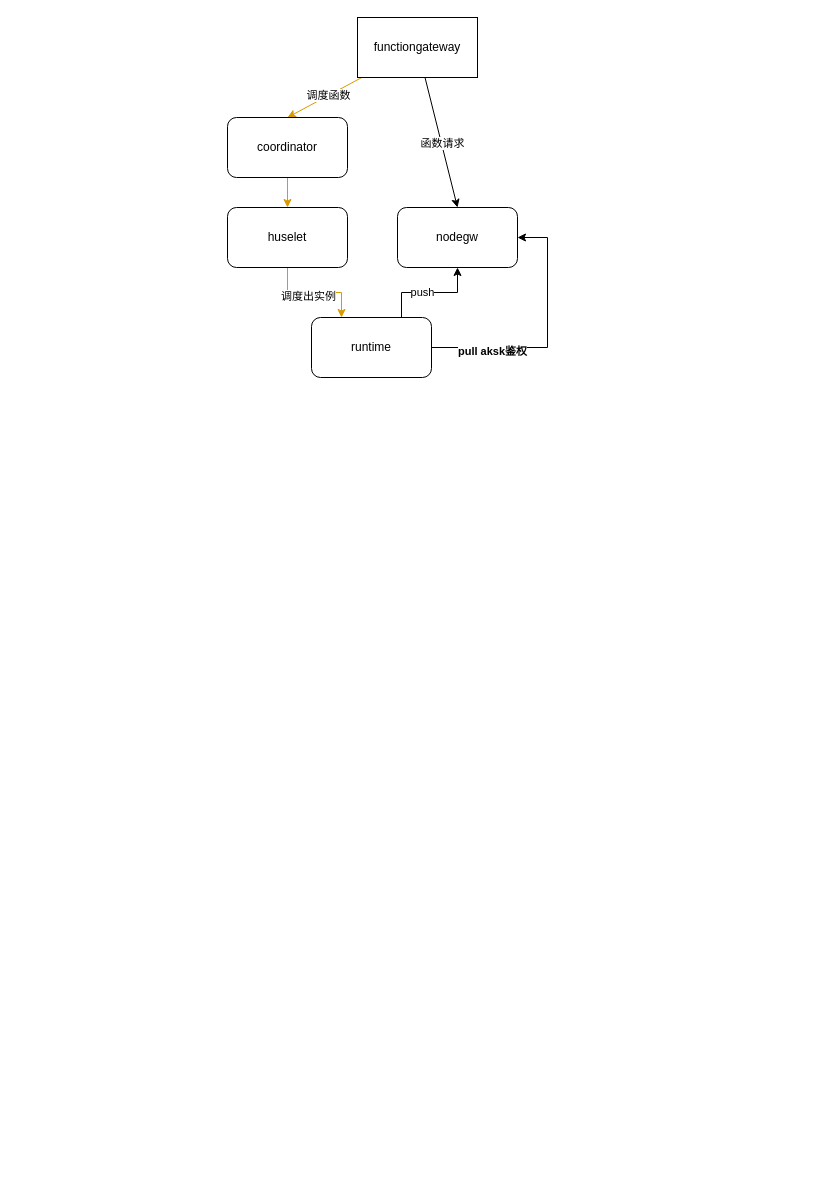
noobmantest/drawio keeps this draw.io diagram as ceshi.drawio. Above is the earlier version. Source tidied: cells renumbered, new cells numbered last; positions are measured from the earlier drawing's top-left corner, leaving out a move shared by most shapes. Both pictures are drawn from the tidied source at 100%, with x=0, y=0 at pixel (227, 17).
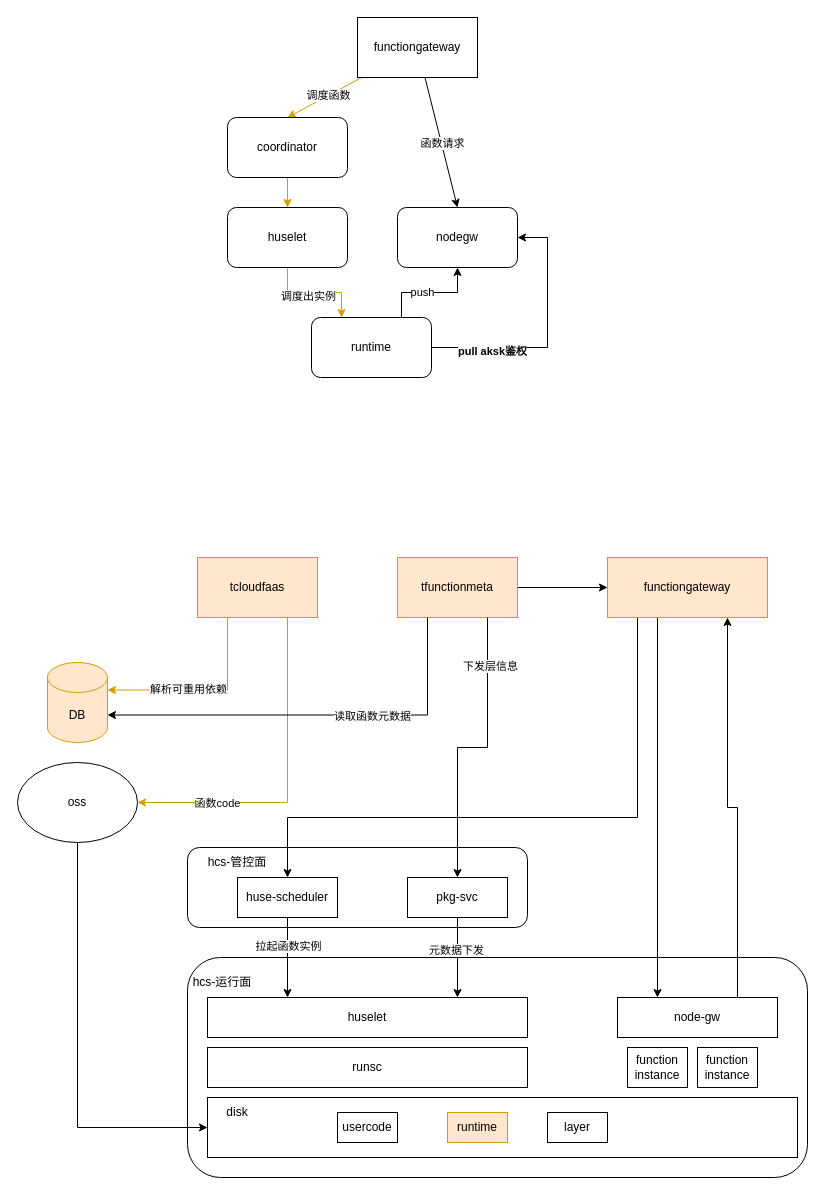
Above is the later version.

Change to the diagram source:
```diff
@@
+    <mxCell id="18" style="edgeStyle=orthogonalEdgeStyle;rounded=0;jettySize=auto;html=1;entryX=1;entryY=0.5;entryDx=0;entryDy=0;exitX=0.75;exitY=1;exitDx=0;exitDy=0;fillColor=#ffe6cc;strokeColor=#d79b00;" parent="1" edge="1" source="20" target="24">
+      <mxGeometry relative="1" as="geometry" />
+    </mxCell>
+    <mxCell id="19" value="函数code" style="edgeLabel;html=1;align=center;verticalAlign=middle;" parent="18" vertex="1">
+      <mxGeometry x="0.67" y="4" relative="1" as="geometry">
+        <mxPoint x="24" y="-4" as="offset" />
+      </mxGeometry>
+    </mxCell>
+    <mxCell id="20" value="tcloudfaas" style="rounded=0;whiteSpace=wrap;html=1;fillColor=#ffe6cc;strokeColor=#d79b00;" parent="1" vertex="1">
+      <mxGeometry x="-30" y="540" width="120" height="60" as="geometry" />
+    </mxCell>
+    <mxCell id="21" style="edgeStyle=orthogonalEdgeStyle;rounded=0;jettySize=auto;html=1;entryX=0;entryY=0.5;entryDx=0;entryDy=0;" parent="1" edge="1" source="22" target="55">
+      <mxGeometry relative="1" as="geometry" />
+    </mxCell>
+    <mxCell id="22" value="tfunctionmeta" style="rounded=0;whiteSpace=wrap;html=1;fillColor=#ffe6cc;strokeColor=#d79b00;" parent="1" vertex="1">
+      <mxGeometry x="170" y="540" width="120" height="60" as="geometry" />
+    </mxCell>
+    <mxCell id="23" value="DB" style="shape=cylinder3;whiteSpace=wrap;html=1;boundedLbl=1;backgroundOutline=1;size=15;fillColor=#ffe6cc;strokeColor=#d79b00;" parent="1" vertex="1">
+      <mxGeometry x="-180" y="645" width="60" height="80" as="geometry" />
+    </mxCell>
+    <mxCell id="24" value="oss" style="ellipse;whiteSpace=wrap;html=1;" parent="1" vertex="1">
+      <mxGeometry x="-210" y="745" width="120" height="80" as="geometry" />
+    </mxCell>
+    <mxCell id="25" style="edgeStyle=orthogonalEdgeStyle;rounded=0;jettySize=auto;html=1;entryX=1;entryY=0;entryDx=0;entryDy=27.5;entryPerimeter=0;exitX=0.25;exitY=1;exitDx=0;exitDy=0;fillColor=#ffe6cc;strokeColor=#d79b00;" parent="1" edge="1" source="20" target="23">
+      <mxGeometry relative="1" as="geometry" />
+    </mxCell>
+    <mxCell id="26" value="解析可重用依赖" style="edgeLabel;html=1;align=center;verticalAlign=middle;" parent="25" vertex="1">
+      <mxGeometry x="0.16" y="-1" relative="1" as="geometry" />
+    </mxCell>
+    <mxCell id="27" style="rounded=1;whiteSpace=wrap;html=1;" parent="1" vertex="1">
+      <mxGeometry x="-40" y="940" width="620" height="220" as="geometry" />
+    </mxCell>
+    <mxCell id="28" value="huselet" style="rounded=0;whiteSpace=wrap;html=1;" parent="1" vertex="1">
+      <mxGeometry x="-20" y="980" width="320" height="40" as="geometry" />
+    </mxCell>
+    <mxCell id="29" value="function instance" style="rounded=0;whiteSpace=wrap;html=1;" parent="1" vertex="1">
+      <mxGeometry x="400" y="1030" width="60" height="40" as="geometry" />
+    </mxCell>
+    <mxCell id="30" style="rounded=0;whiteSpace=wrap;html=1;" parent="1" vertex="1">
+      <mxGeometry x="-20" y="1080" width="590" height="60" as="geometry" />
+    </mxCell>
+    <mxCell id="31" value="disk" style="text;html=1;whiteSpace=wrap;strokeColor=none;fillColor=none;align=center;verticalAlign=middle;rounded=0;" parent="1" vertex="1">
+      <mxGeometry x="-20" y="1080" width="60" height="30" as="geometry" />
+    </mxCell>
+    <mxCell id="32" value="layer" style="rounded=0;whiteSpace=wrap;html=1;" parent="1" vertex="1">
+      <mxGeometry x="320" y="1095" width="60" height="30" as="geometry" />
+    </mxCell>
+    <mxCell id="33" value="usercode" style="rounded=0;whiteSpace=wrap;html=1;" parent="1" vertex="1">
+      <mxGeometry x="110" y="1095" width="60" height="30" as="geometry" />
+    </mxCell>
+    <mxCell id="34" value="hcs-运行面" style="text;html=1;whiteSpace=wrap;strokeColor=none;fillColor=none;align=center;verticalAlign=middle;rounded=0;" parent="1" vertex="1">
+      <mxGeometry x="-40" y="950" width="70" height="30" as="geometry" />
+    </mxCell>
+    <mxCell id="35" style="edgeStyle=orthogonalEdgeStyle;rounded=0;jettySize=auto;html=1;entryX=0;entryY=0.5;entryDx=0;entryDy=0;exitX=0.5;exitY=1;exitDx=0;exitDy=0;" parent="1" edge="1" source="24" target="30">
+      <mxGeometry relative="1" as="geometry" />
+    </mxCell>
+    <mxCell id="36" style="edgeStyle=orthogonalEdgeStyle;rounded=0;jettySize=auto;html=1;entryX=0.75;entryY=1;entryDx=0;entryDy=0;exitX=0.75;exitY=0;exitDx=0;exitDy=0;" parent="1" edge="1" source="37" target="55">
+      <mxGeometry relative="1" as="geometry" />
+    </mxCell>
+    <mxCell id="37" value="node-gw" style="rounded=0;whiteSpace=wrap;html=1;" parent="1" vertex="1">
+      <mxGeometry x="390" y="980" width="160" height="40" as="geometry" />
+    </mxCell>
+    <mxCell id="38" style="rounded=1;whiteSpace=wrap;html=1;" parent="1" vertex="1">
+      <mxGeometry x="-40" y="830" width="340" height="80" as="geometry" />
+    </mxCell>
+    <mxCell id="39" value="hcs-管控面" style="text;html=1;whiteSpace=wrap;strokeColor=none;fillColor=none;align=center;verticalAlign=middle;rounded=0;" parent="1" vertex="1">
+      <mxGeometry x="-25" y="830" width="70" height="30" as="geometry" />
+    </mxCell>
+    <mxCell id="40" style="edgeStyle=orthogonalEdgeStyle;rounded=0;jettySize=auto;html=1;exitX=0.5;exitY=1;exitDx=0;exitDy=0;" parent="1" edge="1" source="42">
+      <mxGeometry relative="1" as="geometry">
+        <mxPoint x="230" y="980" as="targetPoint" />
+      </mxGeometry>
+    </mxCell>
+    <mxCell id="41" value="元数据下发" style="edgeLabel;html=1;align=center;verticalAlign=middle;" parent="40" vertex="1">
+      <mxGeometry x="0.02" y="-2" relative="1" as="geometry">
+        <mxPoint y="-8" as="offset" />
+      </mxGeometry>
+    </mxCell>
+    <mxCell id="42" value="pkg-svc" style="rounded=0;whiteSpace=wrap;html=1;" parent="1" vertex="1">
+      <mxGeometry x="180" y="860" width="100" height="40" as="geometry" />
+    </mxCell>
+    <mxCell id="43" style="edgeStyle=orthogonalEdgeStyle;rounded=0;jettySize=auto;html=1;entryX=0.25;entryY=0;entryDx=0;entryDy=0;" parent="1" edge="1" source="45" target="28">
+      <mxGeometry relative="1" as="geometry" />
+    </mxCell>
+    <mxCell id="44" value="拉起函数实例" style="edgeLabel;html=1;align=center;verticalAlign=middle;" parent="43" vertex="1">
+      <mxGeometry x="-0.44" relative="1" as="geometry">
+        <mxPoint y="6" as="offset" />
+      </mxGeometry>
+    </mxCell>
+    <mxCell id="45" value="huse-scheduler" style="rounded=0;whiteSpace=wrap;html=1;" parent="1" vertex="1">
+      <mxGeometry x="10" y="860" width="100" height="40" as="geometry" />
+    </mxCell>
+    <mxCell id="46" style="edgeStyle=orthogonalEdgeStyle;rounded=0;jettySize=auto;html=1;entryX=1;entryY=0;entryDx=0;entryDy=52.5;entryPerimeter=0;exitX=0.25;exitY=1;exitDx=0;exitDy=0;" parent="1" edge="1" source="22" target="23">
+      <mxGeometry relative="1" as="geometry" />
+    </mxCell>
+    <mxCell id="47" value="读取函数元数据" style="edgeLabel;html=1;align=center;verticalAlign=middle;" parent="46" vertex="1">
+      <mxGeometry x="-0.08" y="1" relative="1" as="geometry">
+        <mxPoint x="39" as="offset" />
+      </mxGeometry>
+    </mxCell>
+    <mxCell id="48" style="edgeStyle=orthogonalEdgeStyle;rounded=0;jettySize=auto;html=1;exitX=0.75;exitY=1;exitDx=0;exitDy=0;" parent="1" edge="1" source="22" target="42">
+      <mxGeometry relative="1" as="geometry" />
+    </mxCell>
+    <mxCell id="49" value="下发层信息" style="edgeLabel;html=1;align=center;verticalAlign=middle;" parent="48" vertex="1">
+      <mxGeometry x="-0.67" y="2" relative="1" as="geometry" />
+    </mxCell>
+    <mxCell id="50" value="function instance" style="rounded=0;whiteSpace=wrap;html=1;" parent="1" vertex="1">
+      <mxGeometry x="470" y="1030" width="60" height="40" as="geometry" />
+    </mxCell>
+    <mxCell id="51" value="runsc" style="rounded=0;whiteSpace=wrap;html=1;" parent="1" vertex="1">
+      <mxGeometry x="-20" y="1030" width="320" height="40" as="geometry" />
+    </mxCell>
+    <mxCell id="52" value="runtime" style="rounded=0;whiteSpace=wrap;html=1;fillColor=#ffe6cc;strokeColor=#d79b00;" parent="1" vertex="1">
+      <mxGeometry x="220" y="1095" width="60" height="30" as="geometry" />
+    </mxCell>
+    <mxCell id="53" style="edgeStyle=orthogonalEdgeStyle;rounded=0;jettySize=auto;html=1;entryX=0.25;entryY=0;entryDx=0;entryDy=0;exitX=0.25;exitY=1;exitDx=0;exitDy=0;" parent="1" edge="1" source="55" target="37">
+      <mxGeometry relative="1" as="geometry">
+        <Array as="points">
+          <mxPoint x="430" y="600" />
+        </Array>
+      </mxGeometry>
+    </mxCell>
+    <mxCell id="54" style="edgeStyle=orthogonalEdgeStyle;rounded=0;jettySize=auto;html=1;" parent="1" edge="1" source="55" target="45">
+      <mxGeometry relative="1" as="geometry">
+        <Array as="points">
+          <mxPoint x="410" y="800" />
+          <mxPoint x="60" y="800" />
+        </Array>
+      </mxGeometry>
+    </mxCell>
+    <mxCell id="55" value="functiongateway" style="rounded=0;whiteSpace=wrap;html=1;fillColor=#ffe6cc;strokeColor=#d79b00;" parent="1" vertex="1">
+      <mxGeometry x="380" y="540" width="160" height="60" as="geometry" />
+    </mxCell>
```
